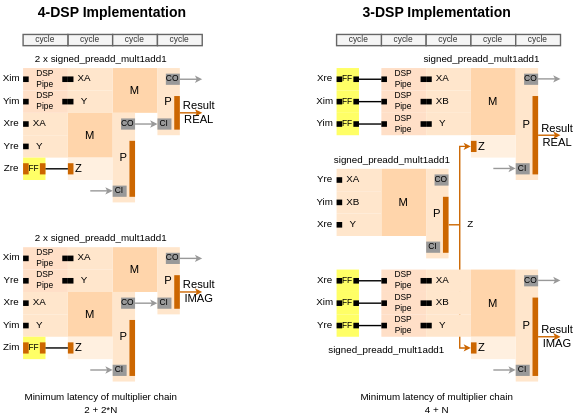
Before: VHDL/dspcore2/doc/complex_mult1add1_xilinx.drawio.svg, a diagram exported from draw.io (Fixitfetish/fpga_potpourri). Source tidied: cells renumbered, new cells last; positions are measured from the earlier drawing's top-left corner, leaving out a move shared by most shapes.
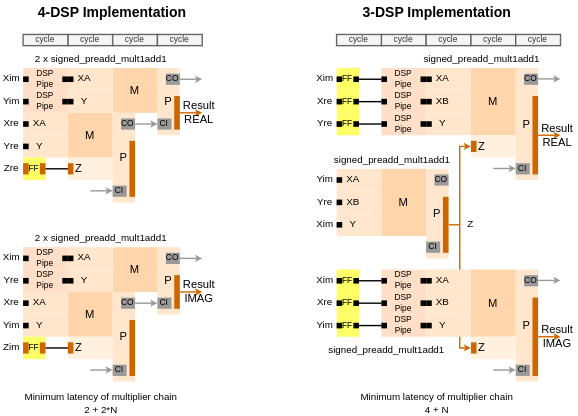
After the commit.

The edit, as a diff of the source:
```diff
@@ -391,31 +391,31 @@
       <mxGeometry x="384" y="228" width="28" height="24" as="geometry" />
     </mxCell>
     <mxCell id="118" value="Yre" style="text;html=1;strokeColor=none;fillColor=none;align=center;verticalAlign=middle;whiteSpace=wrap;rounded=0;fontSize=7;" parent="1" vertex="1">
-      <mxGeometry x="224" y="120" width="16" height="16" as="geometry" />
+      <mxGeometry x="224" y="136" width="16" height="16" as="geometry" />
     </mxCell>
     <mxCell id="119" value="Yim" style="text;html=1;strokeColor=none;fillColor=none;align=center;verticalAlign=middle;whiteSpace=wrap;rounded=0;fontSize=7;" parent="1" vertex="1">
-      <mxGeometry x="224" y="136" width="16" height="16" as="geometry" />
+      <mxGeometry x="224" y="120" width="16" height="16" as="geometry" />
     </mxCell>
-    <mxCell id="120" value="Xre" style="text;html=1;strokeColor=none;fillColor=none;align=center;verticalAlign=middle;whiteSpace=wrap;rounded=0;fontSize=7;" parent="1" vertex="1">
+    <mxCell id="120" value="Xim" style="text;html=1;strokeColor=none;fillColor=none;align=center;verticalAlign=middle;whiteSpace=wrap;rounded=0;fontSize=7;" parent="1" vertex="1">
       <mxGeometry x="224" y="152" width="16" height="16" as="geometry" />
     </mxCell>
     <mxCell id="121" value="Yim" style="text;html=1;strokeColor=none;fillColor=none;align=center;verticalAlign=middle;whiteSpace=wrap;rounded=0;fontSize=7;" parent="1" vertex="1">
-      <mxGeometry x="224" y="80" width="16" height="16" as="geometry" />
+      <mxGeometry x="224" y="224" width="16" height="16" as="geometry" />
     </mxCell>
     <mxCell id="122" value="Xre" style="text;html=1;strokeColor=none;fillColor=none;align=center;verticalAlign=middle;whiteSpace=wrap;rounded=0;fontSize=7;" parent="1" vertex="1">
-      <mxGeometry x="224" y="48" width="16" height="16" as="geometry" />
+      <mxGeometry x="224" y="64" width="16" height="16" as="geometry" />
     </mxCell>
     <mxCell id="123" value="Xim" style="text;html=1;strokeColor=none;fillColor=none;align=center;verticalAlign=middle;whiteSpace=wrap;rounded=0;fontSize=7;" parent="1" vertex="1">
-      <mxGeometry x="224" y="64" width="16" height="16" as="geometry" />
+      <mxGeometry x="224" y="48" width="16" height="16" as="geometry" />
     </mxCell>
     <mxCell id="124" value="Xre" style="text;html=1;strokeColor=none;fillColor=none;align=center;verticalAlign=middle;whiteSpace=wrap;rounded=0;fontSize=7;" parent="1" vertex="1">
-      <mxGeometry x="224" y="192" width="16" height="16" as="geometry" />
+      <mxGeometry x="224" y="208" width="16" height="16" as="geometry" />
     </mxCell>
     <mxCell id="125" value="Xim" style="text;html=1;strokeColor=none;fillColor=none;align=center;verticalAlign=middle;whiteSpace=wrap;rounded=0;fontSize=7;" parent="1" vertex="1">
-      <mxGeometry x="224" y="208" width="16" height="16" as="geometry" />
+      <mxGeometry x="224" y="192" width="16" height="16" as="geometry" />
     </mxCell>
     <mxCell id="126" value="Yre" style="text;html=1;strokeColor=none;fillColor=none;align=center;verticalAlign=middle;whiteSpace=wrap;rounded=0;fontSize=7;" parent="1" vertex="1">
-      <mxGeometry x="224" y="224" width="16" height="16" as="geometry" />
+      <mxGeometry x="224" y="80" width="16" height="16" as="geometry" />
     </mxCell>
     <mxCell id="127" value="3-DSP Implementation" style="text;html=1;strokeColor=none;fillColor=none;align=center;verticalAlign=middle;whiteSpace=wrap;rounded=0;fontSize=10;fontStyle=1;" parent="1" vertex="1">
       <mxGeometry x="240" width="144" height="16" as="geometry" />
@@ -814,10 +814,10 @@
       <mxGeometry x="16" y="24" width="32" height="8" as="geometry" />
     </mxCell>
     <mxCell id="247" value="Minimum latency of multiplier chain&lt;br&gt;2 + 2*N" style="text;html=1;strokeColor=none;fillColor=none;align=center;verticalAlign=middle;whiteSpace=wrap;rounded=0;fontSize=7;" parent="1" vertex="1">
-      <mxGeometry x="16" y="280" width="112" height="16" as="geometry" />
+      <mxGeometry y="280" width="144" height="16" as="geometry" />
     </mxCell>
     <mxCell id="248" value="Minimum latency of multiplier chain&lt;br&gt;4 + N" style="text;html=1;strokeColor=none;fillColor=none;align=center;verticalAlign=middle;whiteSpace=wrap;rounded=0;fontSize=7;" parent="1" vertex="1">
-      <mxGeometry x="256" y="280" width="112" height="16" as="geometry" />
+      <mxGeometry x="240" y="280" width="144" height="16" as="geometry" />
     </mxCell>
   </root>
 </mxGraphModel>
```
